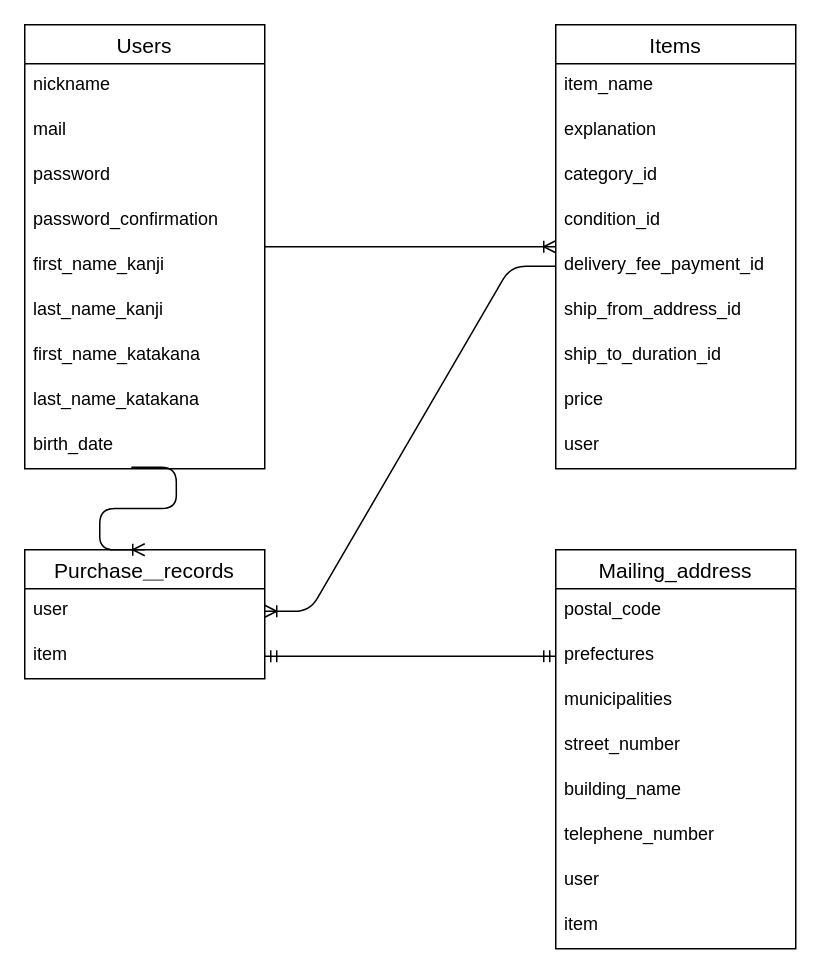
Lubellum/furima-36670 keeps this draw.io diagram as er_illustration.dio. Above is the earlier version. Source tidied: cells renumbered, new cells numbered last; positions are measured from the earlier drawing's top-left corner, leaving out a move shared by most shapes. Both pictures are drawn from the tidied source at 150%, with x=0, y=0 at pixel (24, 24).
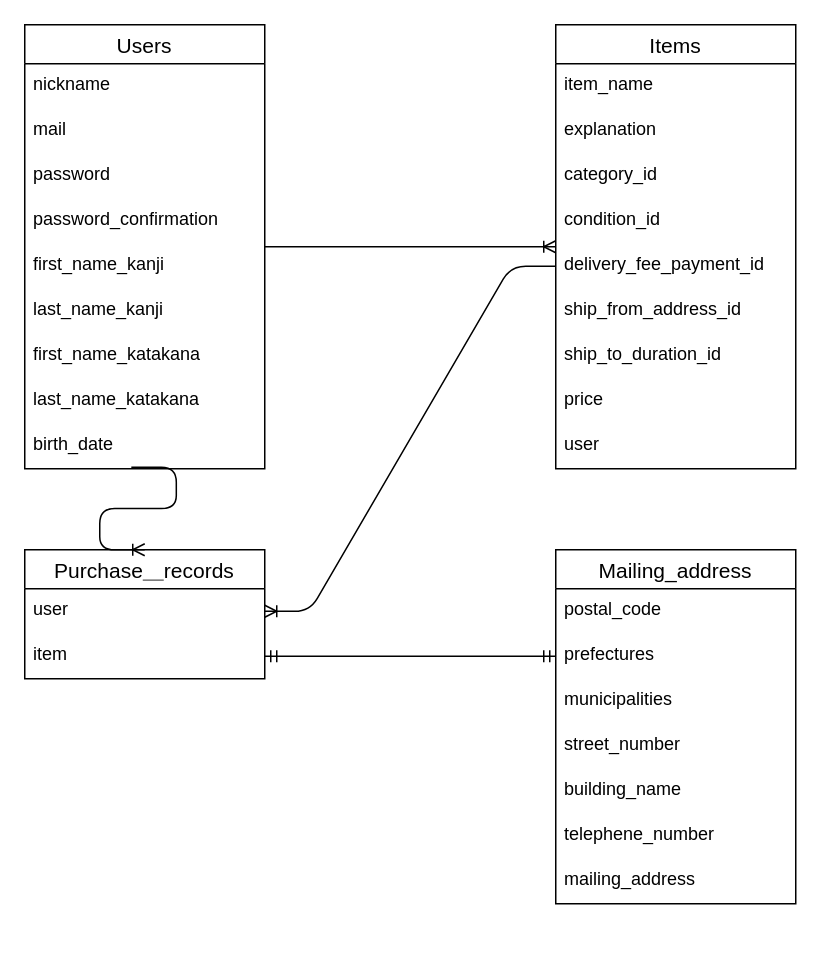
After the change.

Commit message:
ER図のテーブル名及びカラム名を修正

The edit, as a diff of the source:
```diff
@@
     <mxCell id="23" value="Mailing_address" style="swimlane;fontStyle=0;horizontal=1;startSize=26;align=center;fontSize=14;" parent="1" vertex="1">
-      <mxGeometry x="354" y="350" width="160" height="266" as="geometry" />
+      <mxGeometry x="354" y="350" width="160" height="236" as="geometry" />
     </mxCell>
@@
-    <mxCell id="30" value="user" style="text;strokeColor=none;fillColor=none;spacingLeft=4;spacingRight=4;overflow=hidden;fontSize=12;" parent="23" vertex="1">
+    <mxCell id="30" value="mailing_address" style="text;strokeColor=none;fillColor=none;spacingLeft=4;spacingRight=4;overflow=hidden;fontSize=12;" parent="23" vertex="1">
       <mxGeometry y="206" width="160" height="30" as="geometry" />
     </mxCell>
-    <mxCell id="31" value="item" style="text;strokeColor=none;fillColor=none;spacingLeft=4;spacingRight=4;overflow=hidden;fontSize=12;" parent="23" vertex="1">
-      <mxGeometry y="236" width="160" height="30" as="geometry" />
-    </mxCell>
```
